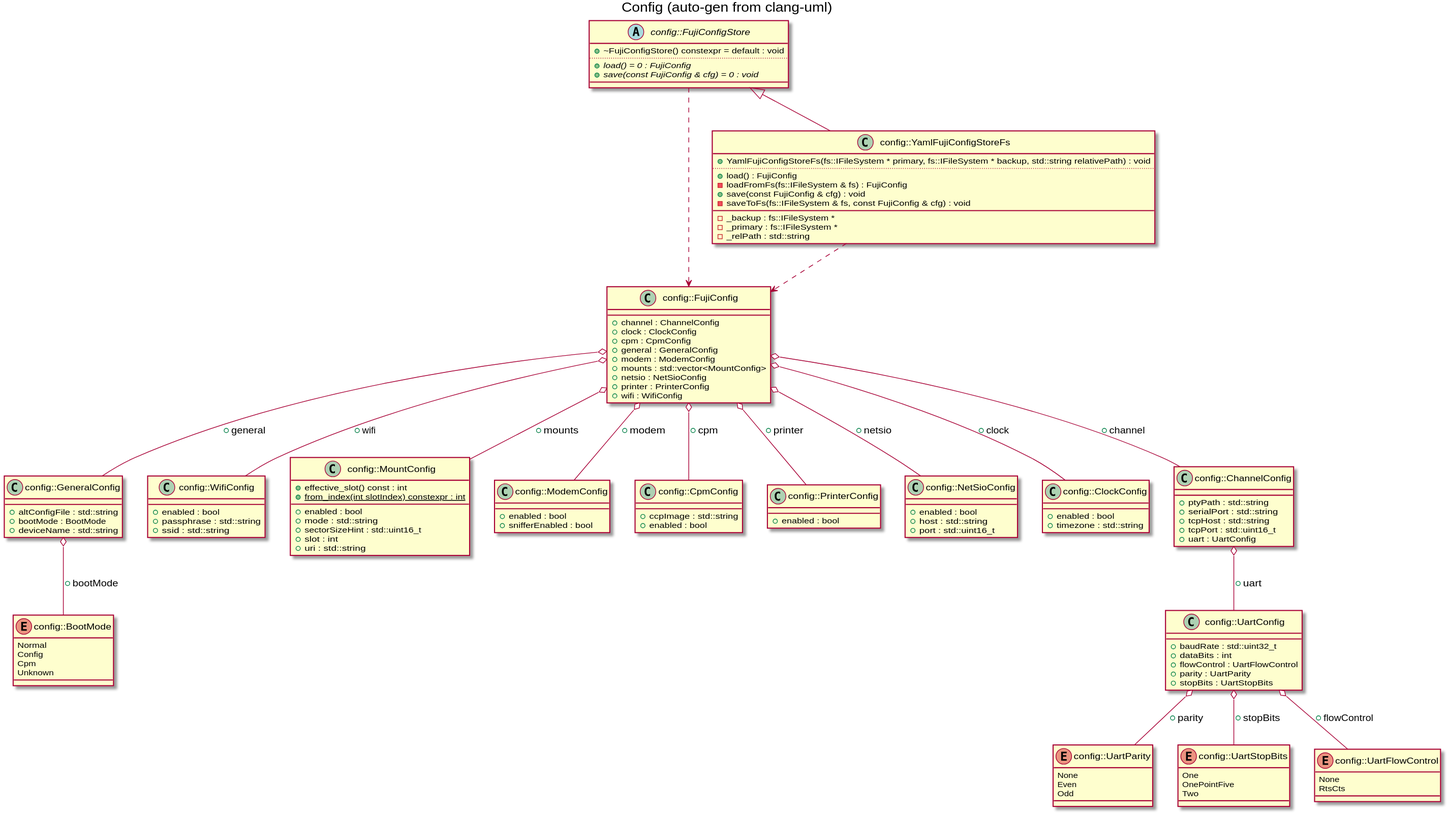
This is docs/images/gen_config.svg from markjfisher/fujinet-nio, a PlantUML export, as it was before one commit.
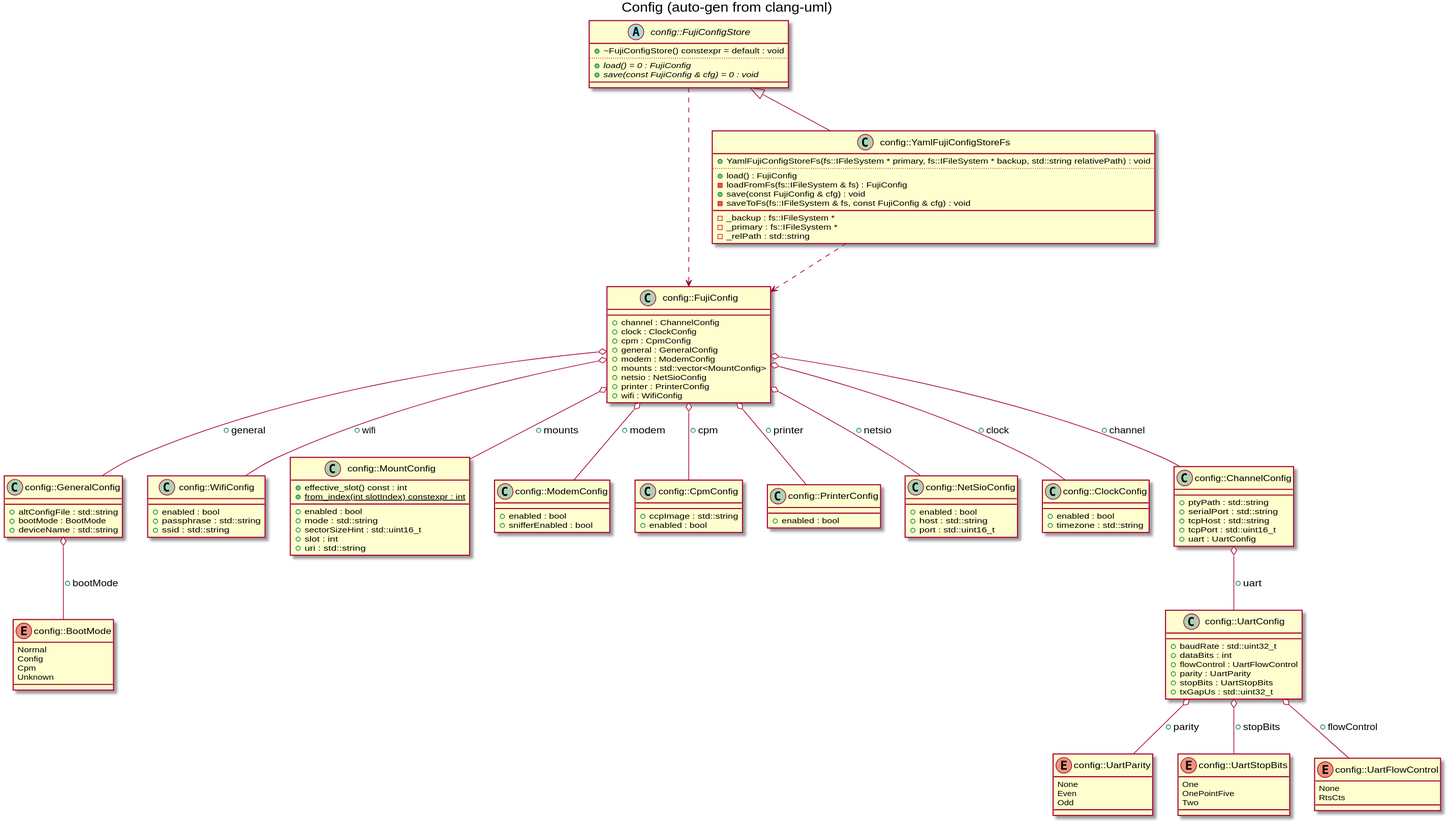
The same diagram one commit later.

Commit message:
chore: update auto-generated UML diagrams

Change to the diagram source:
```diff
@@ -87,6 +87,7 @@
 +flowControl : UartFlowControl
 +parity : UartParity
 +stopBits : UartStopBits
++txGapUs : std::uint32_t
 }
 class "config::ChannelConfig" as C_0014601375190208620155
 class C_0014601375190208620155 {
```
